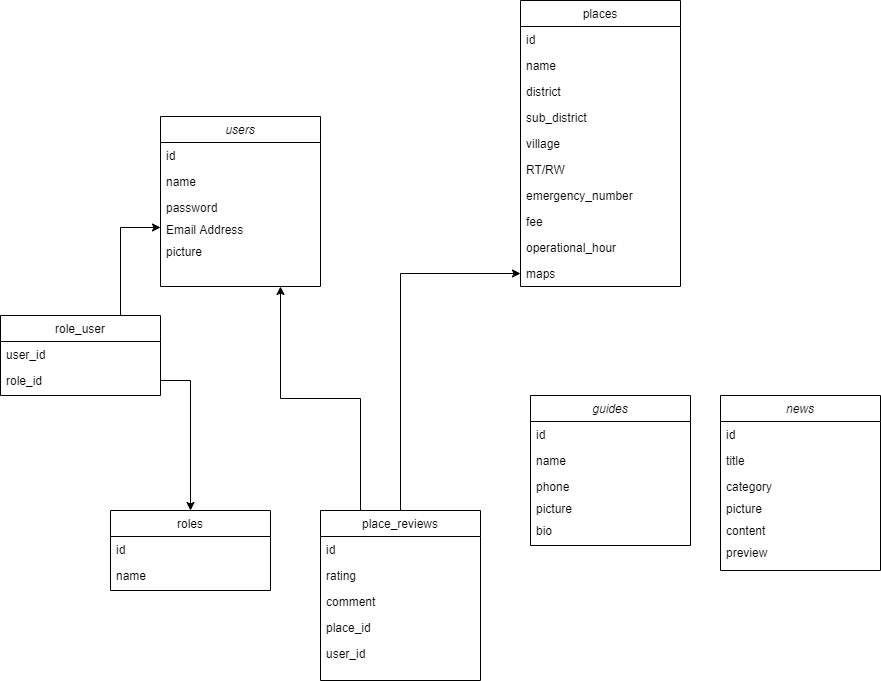
Before: uml/classdiagram.png, a diagram exported from draw.io (bayuprra/pariwisata-babel). Source tidied: cells renumbered, new cells last; positions are measured from the earlier drawing's top-left corner, leaving out a move shared by most shapes.
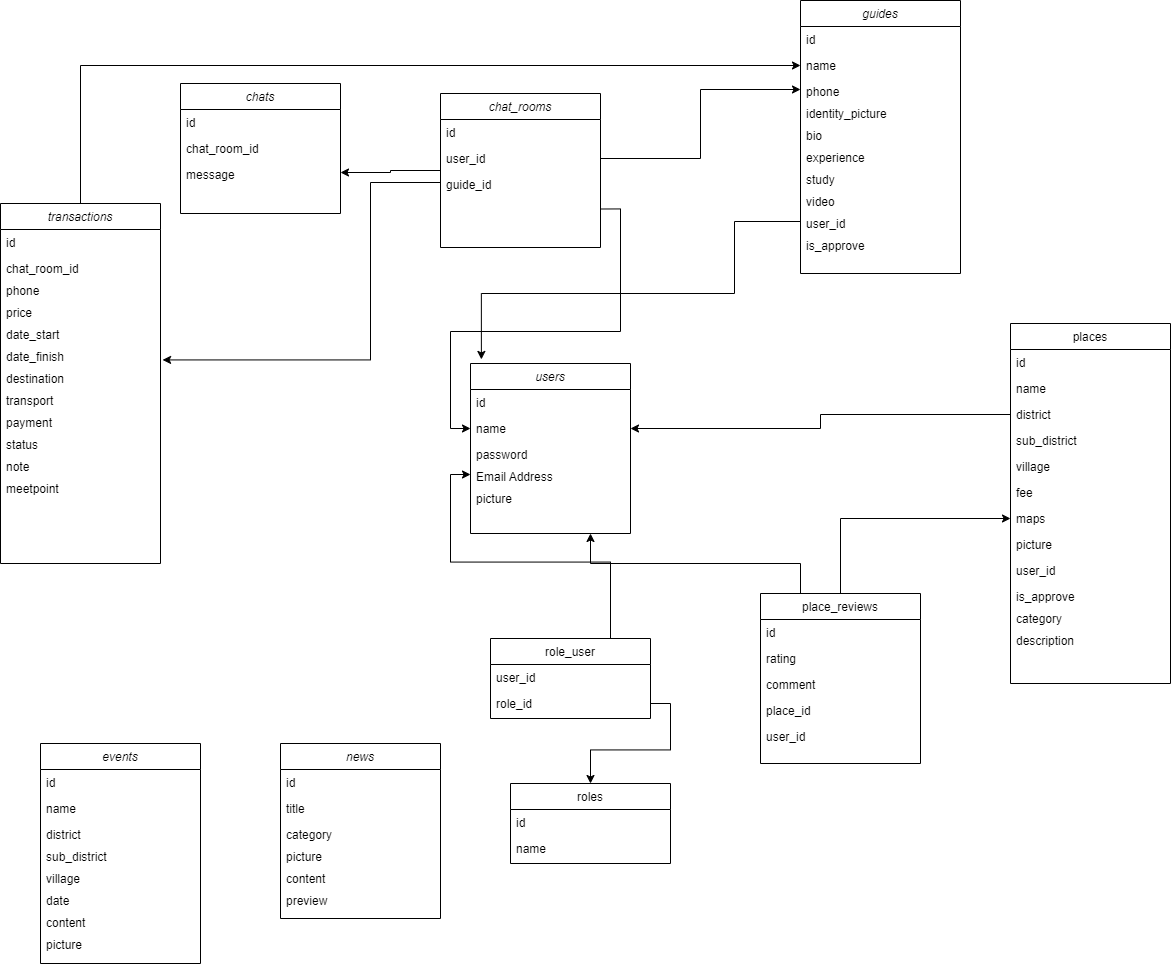
The same diagram one commit later.

Change to the diagram source:
```diff
@@ -3,7 +3,7 @@
     <mxCell id="0" />
     <mxCell id="1" parent="0" />
     <mxCell id="2" value="users" style="swimlane;fontStyle=2;align=center;verticalAlign=top;horizontal=1;startSize=26;rounded=0;shadow=0;strokeWidth=1;" parent="1" vertex="1">
-      <mxGeometry x="160" y="116" width="160" height="170" as="geometry" />
+      <mxGeometry x="-20" y="40" width="160" height="170" as="geometry" />
     </mxCell>
     <mxCell id="3" value="id" style="text;align=left;verticalAlign=top;spacingLeft=4;spacingRight=4;overflow=hidden;" parent="2" vertex="1">
       <mxGeometry y="26" width="160" height="26" as="geometry" />
@@ -21,7 +21,7 @@
       <mxGeometry y="122" width="160" height="22" as="geometry" />
     </mxCell>
     <mxCell id="8" value="roles" style="swimlane;fontStyle=0;align=center;verticalAlign=top;horizontal=1;startSize=26;rounded=0;shadow=0;strokeWidth=1;" parent="1" vertex="1">
-      <mxGeometry x="110" y="510" width="160" height="80" as="geometry" />
+      <mxGeometry x="20" y="460" width="160" height="80" as="geometry" />
     </mxCell>
     <mxCell id="9" value="id" style="text;align=left;verticalAlign=top;spacingLeft=4;spacingRight=4;overflow=hidden;" parent="8" vertex="1">
       <mxGeometry y="26" width="160" height="26" as="geometry" />
@@ -36,7 +36,7 @@
       <mxGeometry relative="1" as="geometry" />
     </mxCell>
     <mxCell id="13" value="place_reviews" style="swimlane;fontStyle=0;align=center;verticalAlign=top;horizontal=1;startSize=26;rounded=0;shadow=0;strokeWidth=1;" parent="1" vertex="1">
-      <mxGeometry x="320" y="510" width="160" height="170" as="geometry" />
+      <mxGeometry x="270" y="270" width="160" height="170" as="geometry" />
     </mxCell>
     <mxCell id="14" value="id" style="text;align=left;verticalAlign=top;spacingLeft=4;spacingRight=4;overflow=hidden;" parent="13" vertex="1">
       <mxGeometry y="26" width="160" height="26" as="geometry" />
@@ -54,7 +54,7 @@
       <mxGeometry y="130" width="160" height="26" as="geometry" />
     </mxCell>
     <mxCell id="19" value="places" style="swimlane;fontStyle=0;align=center;verticalAlign=top;horizontal=1;startSize=26;rounded=0;shadow=0;strokeWidth=1;" parent="1" vertex="1">
-      <mxGeometry x="520" width="160" height="286" as="geometry" />
+      <mxGeometry x="520" width="160" height="360" as="geometry" />
     </mxCell>
     <mxCell id="20" value="id" style="text;align=left;verticalAlign=top;spacingLeft=4;spacingRight=4;overflow=hidden;" parent="19" vertex="1">
       <mxGeometry y="26" width="160" height="26" as="geometry" />
@@ -71,21 +71,27 @@
     <mxCell id="24" value="village" style="text;align=left;verticalAlign=top;spacingLeft=4;spacingRight=4;overflow=hidden;rounded=0;shadow=0;html=0;" parent="19" vertex="1">
       <mxGeometry y="130" width="160" height="26" as="geometry" />
     </mxCell>
-    <mxCell id="25" value="RT/RW" style="text;align=left;verticalAlign=top;spacingLeft=4;spacingRight=4;overflow=hidden;" parent="19" vertex="1">
-      <mxGeometry y="156" width="160" height="26" as="geometry" />
-    </mxCell>
-    <mxCell id="26" value="emergency_number" style="text;align=left;verticalAlign=top;spacingLeft=4;spacingRight=4;overflow=hidden;" parent="19" vertex="1">
-      <mxGeometry y="182" width="160" height="26" as="geometry" />
-    </mxCell>
     <mxCell id="27" value="fee" style="text;align=left;verticalAlign=top;spacingLeft=4;spacingRight=4;overflow=hidden;" parent="19" vertex="1">
-      <mxGeometry y="208" width="160" height="26" as="geometry" />
+      <mxGeometry y="156" width="160" height="26" as="geometry" />
     </mxCell>
-    <mxCell id="28" value="operational_hour" style="text;align=left;verticalAlign=top;spacingLeft=4;spacingRight=4;overflow=hidden;" parent="19" vertex="1">
-      <mxGeometry y="234" width="160" height="26" as="geometry" />
-    </mxCell>
     <mxCell id="29" value="maps" style="text;align=left;verticalAlign=top;spacingLeft=4;spacingRight=4;overflow=hidden;points=[[0,0.5],[1,0.5]];portConstraint=eastwest;" parent="19" vertex="1">
-      <mxGeometry y="260" width="160" height="26" as="geometry" />
+      <mxGeometry y="182" width="160" height="26" as="geometry" />
     </mxCell>
+    <mxCell id="48" value="picture" style="text;align=left;verticalAlign=top;spacingLeft=4;spacingRight=4;overflow=hidden;" parent="19" vertex="1">
+      <mxGeometry y="208" width="160" height="26" as="geometry" />
+    </mxCell>
+    <mxCell id="49" value="user_id" style="text;align=left;verticalAlign=top;spacingLeft=4;spacingRight=4;overflow=hidden;" parent="19" vertex="1">
+      <mxGeometry y="234" width="160" height="26" as="geometry" />
+    </mxCell>
+    <mxCell id="50" value="is_approve" style="text;align=left;verticalAlign=top;spacingLeft=4;spacingRight=4;overflow=hidden;rounded=0;shadow=0;html=0;" parent="19" vertex="1">
+      <mxGeometry y="260" width="160" height="22" as="geometry" />
+    </mxCell>
+    <mxCell id="51" value="category" style="text;align=left;verticalAlign=top;spacingLeft=4;spacingRight=4;overflow=hidden;rounded=0;shadow=0;html=0;" parent="19" vertex="1">
+      <mxGeometry y="282" width="160" height="22" as="geometry" />
+    </mxCell>
+    <mxCell id="52" value="description" style="text;align=left;verticalAlign=top;spacingLeft=4;spacingRight=4;overflow=hidden;rounded=0;shadow=0;html=0;" parent="19" vertex="1">
+      <mxGeometry y="304" width="160" height="22" as="geometry" />
+    </mxCell>
     <mxCell id="30" style="edgeStyle=orthogonalEdgeStyle;rounded=0;jettySize=auto;html=1;exitX=0.75;exitY=0;exitDx=0;exitDy=0;entryX=0;entryY=0.5;entryDx=0;entryDy=0;" parent="1" edge="1" source="31" target="6">
       <mxGeometry relative="1" as="geometry" />
     </mxCell>
@@ -99,7 +105,7 @@
       <mxGeometry y="52" width="160" height="26" as="geometry" />
     </mxCell>
     <mxCell id="34" value="news" style="swimlane;fontStyle=2;align=center;verticalAlign=top;horizontal=1;startSize=26;rounded=0;shadow=0;strokeWidth=1;" parent="1" vertex="1">
-      <mxGeometry x="720" y="395" width="160" height="175" as="geometry" />
+      <mxGeometry x="-210" y="420" width="160" height="175" as="geometry" />
     </mxCell>
     <mxCell id="35" value="id" style="text;align=left;verticalAlign=top;spacingLeft=4;spacingRight=4;overflow=hidden;" parent="34" vertex="1">
       <mxGeometry y="26" width="160" height="26" as="geometry" />
@@ -119,26 +125,162 @@
     <mxCell id="40" value="preview" style="text;align=left;verticalAlign=top;spacingLeft=4;spacingRight=4;overflow=hidden;rounded=0;shadow=0;html=0;" parent="34" vertex="1">
       <mxGeometry y="144" width="160" height="22" as="geometry" />
     </mxCell>
+    <mxCell id="47" style="edgeStyle=orthogonalEdgeStyle;rounded=0;jettySize=auto;html=1;exitX=1;exitY=0.5;exitDx=0;exitDy=0;entryX=0.5;entryY=0;entryDx=0;entryDy=0;" parent="1" edge="1" source="33" target="8">
+      <mxGeometry relative="1" as="geometry" />
+    </mxCell>
     <mxCell id="41" value="guides" style="swimlane;fontStyle=2;align=center;verticalAlign=top;horizontal=1;startSize=26;rounded=0;shadow=0;strokeWidth=1;" parent="1" vertex="1">
-      <mxGeometry x="530" y="395" width="160" height="150" as="geometry" />
+      <mxGeometry x="310" y="-323" width="160" height="273" as="geometry" />
     </mxCell>
-    <mxCell id="42" value="id" style="text;align=left;verticalAlign=top;spacingLeft=4;spacingRight=4;overflow=hidden;" parent="41" vertex="1">
-      <mxGeometry y="26" width="160" height="26" as="geometry" />
-    </mxCell>
-    <mxCell id="43" value="name" style="text;align=left;verticalAlign=top;spacingLeft=4;spacingRight=4;overflow=hidden;rounded=0;shadow=0;html=0;" parent="41" vertex="1">
-      <mxGeometry y="52" width="160" height="26" as="geometry" />
-    </mxCell>
+    <mxCell id="53" value="id" style="text;align=left;verticalAlign=top;spacingLeft=4;spacingRight=4;overflow=hidden;" parent="41" vertex="1">
+      <mxGeometry y="26" width="160" height="26" as="geometry" />
+    </mxCell>
+    <mxCell id="54" value="name" style="text;align=left;verticalAlign=top;spacingLeft=4;spacingRight=4;overflow=hidden;points=[[0,0.5],[1,0.5]];portConstraint=eastwest;rounded=0;shadow=0;html=0;" parent="41" vertex="1">
+      <mxGeometry y="52" width="160" height="26" as="geometry" />
+    </mxCell>
     <mxCell id="44" value="phone" style="text;align=left;verticalAlign=top;spacingLeft=4;spacingRight=4;overflow=hidden;points=[[0,0.5],[1,0.5]];portConstraint=eastwest;rounded=0;shadow=0;html=0;" parent="41" vertex="1">
       <mxGeometry y="78" width="160" height="22" as="geometry" />
     </mxCell>
+    <mxCell id="55" value="identity_picture" style="text;align=left;verticalAlign=top;spacingLeft=4;spacingRight=4;overflow=hidden;rounded=0;shadow=0;html=0;" parent="41" vertex="1">
+      <mxGeometry y="100" width="160" height="22" as="geometry" />
+    </mxCell>
+    <mxCell id="46" value="bio" style="text;align=left;verticalAlign=top;spacingLeft=4;spacingRight=4;overflow=hidden;rounded=0;shadow=0;html=0;" parent="41" vertex="1">
+      <mxGeometry y="122" width="160" height="22" as="geometry" />
+    </mxCell>
+    <mxCell id="56" value="experience" style="text;align=left;verticalAlign=top;spacingLeft=4;spacingRight=4;overflow=hidden;rounded=0;shadow=0;html=0;" parent="41" vertex="1">
+      <mxGeometry y="144" width="160" height="22" as="geometry" />
+    </mxCell>
+    <mxCell id="57" value="study" style="text;align=left;verticalAlign=top;spacingLeft=4;spacingRight=4;overflow=hidden;rounded=0;shadow=0;html=0;" parent="41" vertex="1">
+      <mxGeometry y="166" width="160" height="22" as="geometry" />
+    </mxCell>
+    <mxCell id="58" value="video" style="text;align=left;verticalAlign=top;spacingLeft=4;spacingRight=4;overflow=hidden;rounded=0;shadow=0;html=0;" parent="41" vertex="1">
+      <mxGeometry y="188" width="160" height="22" as="geometry" />
+    </mxCell>
+    <mxCell id="59" value="user_id" style="text;align=left;verticalAlign=top;spacingLeft=4;spacingRight=4;overflow=hidden;points=[[0,0.5],[1,0.5]];portConstraint=eastwest;rounded=0;shadow=0;html=0;" parent="41" vertex="1">
+      <mxGeometry y="210" width="160" height="22" as="geometry" />
+    </mxCell>
+    <mxCell id="60" value="is_approve" style="text;align=left;verticalAlign=top;spacingLeft=4;spacingRight=4;overflow=hidden;rounded=0;shadow=0;html=0;" parent="41" vertex="1">
+      <mxGeometry y="232" width="160" height="22" as="geometry" />
+    </mxCell>
+    <mxCell id="61" style="edgeStyle=orthogonalEdgeStyle;rounded=0;jettySize=auto;html=1;exitX=0;exitY=0.5;exitDx=0;exitDy=0;entryX=0.068;entryY=-0.024;entryDx=0;entryDy=0;entryPerimeter=0;" parent="1" edge="1" source="59" target="2">
+      <mxGeometry relative="1" as="geometry">
+        <Array as="points">
+          <mxPoint x="244" y="-30" />
+          <mxPoint x="-9" y="-30" />
+        </Array>
+      </mxGeometry>
+    </mxCell>
+    <mxCell id="62" style="edgeStyle=orthogonalEdgeStyle;rounded=0;jettySize=auto;html=1;exitX=0;exitY=0.5;exitDx=0;exitDy=0;entryX=1;entryY=0.5;entryDx=0;entryDy=0;" parent="1" edge="1" source="22" target="4">
+      <mxGeometry relative="1" as="geometry" />
+    </mxCell>
+    <mxCell id="63" style="edgeStyle=orthogonalEdgeStyle;rounded=0;jettySize=auto;html=1;" parent="1" edge="1" source="64" target="95">
+      <mxGeometry relative="1" as="geometry" />
+    </mxCell>
+    <mxCell id="64" value="chat_rooms" style="swimlane;fontStyle=2;align=center;verticalAlign=top;horizontal=1;startSize=26;rounded=0;shadow=0;strokeWidth=1;" parent="1" vertex="1">
+      <mxGeometry x="-50" y="-230" width="160" height="154" as="geometry" />
+    </mxCell>
+    <mxCell id="65" value="id" style="text;align=left;verticalAlign=top;spacingLeft=4;spacingRight=4;overflow=hidden;" parent="64" vertex="1">
+      <mxGeometry y="26" width="160" height="26" as="geometry" />
+    </mxCell>
+    <mxCell id="66" value="user_id" style="text;align=left;verticalAlign=top;spacingLeft=4;spacingRight=4;overflow=hidden;points=[[0,0.5],[1,0.5]];portConstraint=eastwest;rounded=0;shadow=0;html=0;" parent="64" vertex="1">
+      <mxGeometry y="52" width="160" height="26" as="geometry" />
+    </mxCell>
+    <mxCell id="67" value="guide_id" style="text;align=left;verticalAlign=top;spacingLeft=4;spacingRight=4;overflow=hidden;points=[[0,0.5],[1,0.5]];portConstraint=eastwest;rounded=0;shadow=0;html=0;" parent="64" vertex="1">
+      <mxGeometry y="78" width="160" height="22" as="geometry" />
+    </mxCell>
+    <mxCell id="68" style="edgeStyle=orthogonalEdgeStyle;rounded=0;jettySize=auto;html=1;exitX=1;exitY=0.75;exitDx=0;exitDy=0;entryX=0;entryY=0.5;entryDx=0;entryDy=0;" parent="1" edge="1" source="64" target="4">
+      <mxGeometry relative="1" as="geometry" />
+    </mxCell>
+    <mxCell id="69" style="edgeStyle=orthogonalEdgeStyle;rounded=0;jettySize=auto;html=1;exitX=1;exitY=0.5;exitDx=0;exitDy=0;entryX=0;entryY=0.5;entryDx=0;entryDy=0;" parent="1" edge="1" source="66" target="44">
+      <mxGeometry relative="1" as="geometry" />
+    </mxCell>
+    <mxCell id="70" value="events" style="swimlane;fontStyle=2;align=center;verticalAlign=top;horizontal=1;startSize=26;rounded=0;shadow=0;strokeWidth=1;" parent="1" vertex="1">
+      <mxGeometry x="-450" y="420" width="160" height="220" as="geometry" />
+    </mxCell>
+    <mxCell id="71" value="id" style="text;align=left;verticalAlign=top;spacingLeft=4;spacingRight=4;overflow=hidden;" parent="70" vertex="1">
+      <mxGeometry y="26" width="160" height="26" as="geometry" />
+    </mxCell>
+    <mxCell id="72" value="name" style="text;align=left;verticalAlign=top;spacingLeft=4;spacingRight=4;overflow=hidden;rounded=0;shadow=0;html=0;" parent="70" vertex="1">
+      <mxGeometry y="52" width="160" height="26" as="geometry" />
+    </mxCell>
+    <mxCell id="73" value="district" style="text;align=left;verticalAlign=top;spacingLeft=4;spacingRight=4;overflow=hidden;rounded=0;shadow=0;html=0;" parent="70" vertex="1">
+      <mxGeometry y="78" width="160" height="22" as="geometry" />
+    </mxCell>
+    <mxCell id="74" value="sub_district" style="text;align=left;verticalAlign=top;spacingLeft=4;spacingRight=4;overflow=hidden;rounded=0;shadow=0;html=0;" parent="70" vertex="1">
+      <mxGeometry y="100" width="160" height="22" as="geometry" />
+    </mxCell>
+    <mxCell id="75" value="village" style="text;align=left;verticalAlign=top;spacingLeft=4;spacingRight=4;overflow=hidden;rounded=0;shadow=0;html=0;" parent="70" vertex="1">
+      <mxGeometry y="122" width="160" height="22" as="geometry" />
+    </mxCell>
+    <mxCell id="76" value="date" style="text;align=left;verticalAlign=top;spacingLeft=4;spacingRight=4;overflow=hidden;rounded=0;shadow=0;html=0;" parent="70" vertex="1">
+      <mxGeometry y="144" width="160" height="22" as="geometry" />
+    </mxCell>
+    <mxCell id="77" value="content" style="text;align=left;verticalAlign=top;spacingLeft=4;spacingRight=4;overflow=hidden;rounded=0;shadow=0;html=0;" parent="70" vertex="1">
+      <mxGeometry y="166" width="160" height="22" as="geometry" />
+    </mxCell>
-    <mxCell id="45" value="picture" style="text;align=left;verticalAlign=top;spacingLeft=4;spacingRight=4;overflow=hidden;rounded=0;shadow=0;html=0;" parent="41" vertex="1">
-      <mxGeometry y="100" width="160" height="22" as="geometry" />
+    <mxCell id="45" value="picture" style="text;align=left;verticalAlign=top;spacingLeft=4;spacingRight=4;overflow=hidden;rounded=0;shadow=0;html=0;" parent="70" vertex="1">
+      <mxGeometry y="188" width="160" height="22" as="geometry" />
     </mxCell>
-    <mxCell id="46" value="bio" style="text;align=left;verticalAlign=top;spacingLeft=4;spacingRight=4;overflow=hidden;rounded=0;shadow=0;html=0;" parent="41" vertex="1">
-      <mxGeometry y="122" width="160" height="22" as="geometry" />
-    </mxCell>
-    <mxCell id="47" style="edgeStyle=orthogonalEdgeStyle;rounded=0;jettySize=auto;html=1;exitX=1;exitY=0.5;exitDx=0;exitDy=0;entryX=0.5;entryY=0;entryDx=0;entryDy=0;" parent="1" edge="1" source="33" target="8">
-      <mxGeometry relative="1" as="geometry" />
-    </mxCell>
+    <mxCell id="78" style="edgeStyle=orthogonalEdgeStyle;rounded=0;jettySize=auto;html=1;exitX=0.5;exitY=0;exitDx=0;exitDy=0;entryX=0;entryY=0.5;entryDx=0;entryDy=0;" parent="1" edge="1" source="79" target="54">
+      <mxGeometry relative="1" as="geometry" />
+    </mxCell>
+    <mxCell id="79" value="transactions" style="swimlane;fontStyle=2;align=center;verticalAlign=top;horizontal=1;startSize=26;rounded=0;shadow=0;strokeWidth=1;" parent="1" vertex="1">
+      <mxGeometry x="-490" y="-120" width="160" height="360" as="geometry" />
+    </mxCell>
+    <mxCell id="80" value="id" style="text;align=left;verticalAlign=top;spacingLeft=4;spacingRight=4;overflow=hidden;" parent="79" vertex="1">
+      <mxGeometry y="26" width="160" height="26" as="geometry" />
+    </mxCell>
+    <mxCell id="81" value="chat_room_id" style="text;align=left;verticalAlign=top;spacingLeft=4;spacingRight=4;overflow=hidden;rounded=0;shadow=0;html=0;" parent="79" vertex="1">
+      <mxGeometry y="52" width="160" height="22" as="geometry" />
+    </mxCell>
+    <mxCell id="82" value="phone" style="text;align=left;verticalAlign=top;spacingLeft=4;spacingRight=4;overflow=hidden;rounded=0;shadow=0;html=0;" parent="79" vertex="1">
+      <mxGeometry y="74" width="160" height="22" as="geometry" />
+    </mxCell>
+    <mxCell id="83" value="price" style="text;align=left;verticalAlign=top;spacingLeft=4;spacingRight=4;overflow=hidden;rounded=0;shadow=0;html=0;" parent="79" vertex="1">
+      <mxGeometry y="96" width="160" height="22" as="geometry" />
+    </mxCell>
+    <mxCell id="84" value="date_start" style="text;align=left;verticalAlign=top;spacingLeft=4;spacingRight=4;overflow=hidden;rounded=0;shadow=0;html=0;" parent="79" vertex="1">
+      <mxGeometry y="118" width="160" height="22" as="geometry" />
+    </mxCell>
+    <mxCell id="85" value="date_finish" style="text;align=left;verticalAlign=top;spacingLeft=4;spacingRight=4;overflow=hidden;rounded=0;shadow=0;html=0;" parent="79" vertex="1">
+      <mxGeometry y="140" width="160" height="22" as="geometry" />
+    </mxCell>
+    <mxCell id="86" value="destination" style="text;align=left;verticalAlign=top;spacingLeft=4;spacingRight=4;overflow=hidden;points=[[0,0.5],[1,0.5]];portConstraint=eastwest;rounded=0;shadow=0;html=0;" parent="79" vertex="1">
+      <mxGeometry y="162" width="160" height="22" as="geometry" />
+    </mxCell>
+    <mxCell id="87" value="transport" style="text;align=left;verticalAlign=top;spacingLeft=4;spacingRight=4;overflow=hidden;rounded=0;shadow=0;html=0;" parent="79" vertex="1">
+      <mxGeometry y="184" width="160" height="22" as="geometry" />
+    </mxCell>
+    <mxCell id="88" value="payment" style="text;align=left;verticalAlign=top;spacingLeft=4;spacingRight=4;overflow=hidden;rounded=0;shadow=0;html=0;" parent="79" vertex="1">
+      <mxGeometry y="206" width="160" height="22" as="geometry" />
+    </mxCell>
+    <mxCell id="89" value="status" style="text;align=left;verticalAlign=top;spacingLeft=4;spacingRight=4;overflow=hidden;rounded=0;shadow=0;html=0;" parent="79" vertex="1">
+      <mxGeometry y="228" width="160" height="22" as="geometry" />
+    </mxCell>
+    <mxCell id="90" value="note" style="text;align=left;verticalAlign=top;spacingLeft=4;spacingRight=4;overflow=hidden;rounded=0;shadow=0;html=0;" parent="79" vertex="1">
+      <mxGeometry y="250" width="160" height="22" as="geometry" />
+    </mxCell>
+    <mxCell id="91" value="meetpoint" style="text;align=left;verticalAlign=top;spacingLeft=4;spacingRight=4;overflow=hidden;rounded=0;shadow=0;html=0;" parent="79" vertex="1">
+      <mxGeometry y="272" width="160" height="22" as="geometry" />
+    </mxCell>
+    <mxCell id="92" value="chats" style="swimlane;fontStyle=2;align=center;verticalAlign=top;horizontal=1;startSize=26;rounded=0;shadow=0;strokeWidth=1;" parent="1" vertex="1">
+      <mxGeometry x="-310" y="-240" width="160" height="130" as="geometry" />
+    </mxCell>
+    <mxCell id="93" value="id" style="text;align=left;verticalAlign=top;spacingLeft=4;spacingRight=4;overflow=hidden;" parent="92" vertex="1">
+      <mxGeometry y="26" width="160" height="26" as="geometry" />
+    </mxCell>
+    <mxCell id="94" value="chat_room_id" style="text;align=left;verticalAlign=top;spacingLeft=4;spacingRight=4;overflow=hidden;rounded=0;shadow=0;html=0;" parent="92" vertex="1">
+      <mxGeometry y="52" width="160" height="26" as="geometry" />
+    </mxCell>
+    <mxCell id="95" value="message" style="text;align=left;verticalAlign=top;spacingLeft=4;spacingRight=4;overflow=hidden;points=[[0,0.5],[1,0.5]];portConstraint=eastwest;rounded=0;shadow=0;html=0;" parent="92" vertex="1">
+      <mxGeometry y="78" width="160" height="22" as="geometry" />
+    </mxCell>
+    <mxCell id="96" style="edgeStyle=orthogonalEdgeStyle;rounded=0;jettySize=auto;html=1;exitX=0;exitY=0.5;exitDx=0;exitDy=0;entryX=1.013;entryY=-0.253;entryDx=0;entryDy=0;entryPerimeter=0;" parent="1" edge="1" source="67" target="86">
+      <mxGeometry relative="1" as="geometry">
+        <Array as="points">
+          <mxPoint x="-120" y="-141" />
+          <mxPoint x="-120" y="36" />
+        </Array>
+      </mxGeometry>
+    </mxCell>
   </root>
 </mxGraphModel>
```
